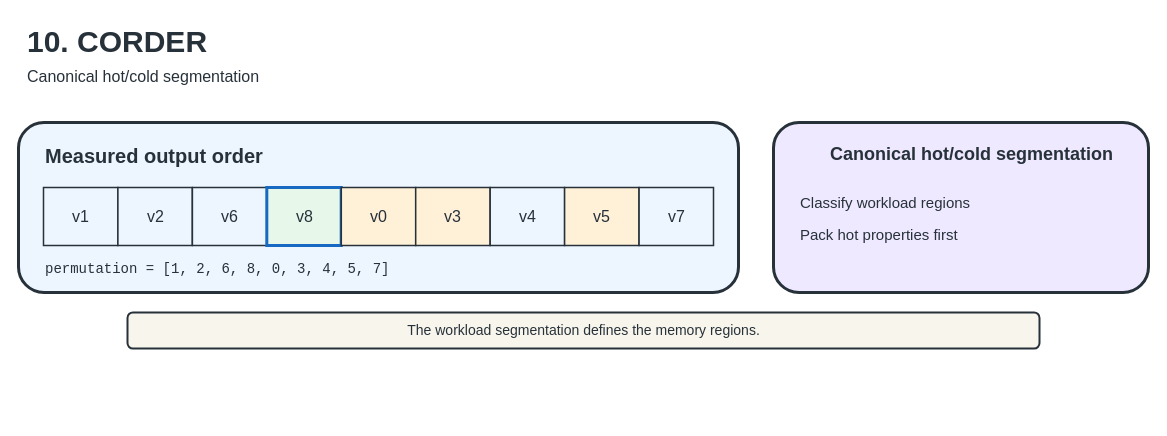
Above: docs/figures/editable/10-corder.drawio in UVA-LavaLab/GraphBrew (draw.io), before the change. Source tidied: cells renumbered, new cells numbered last; positions are measured from the earlier drawing's top-left corner, leaving out a move shared by most shapes. Both pictures are drawn from the tidied source at 100%, with x=0, y=0 at pixel (18, 17).
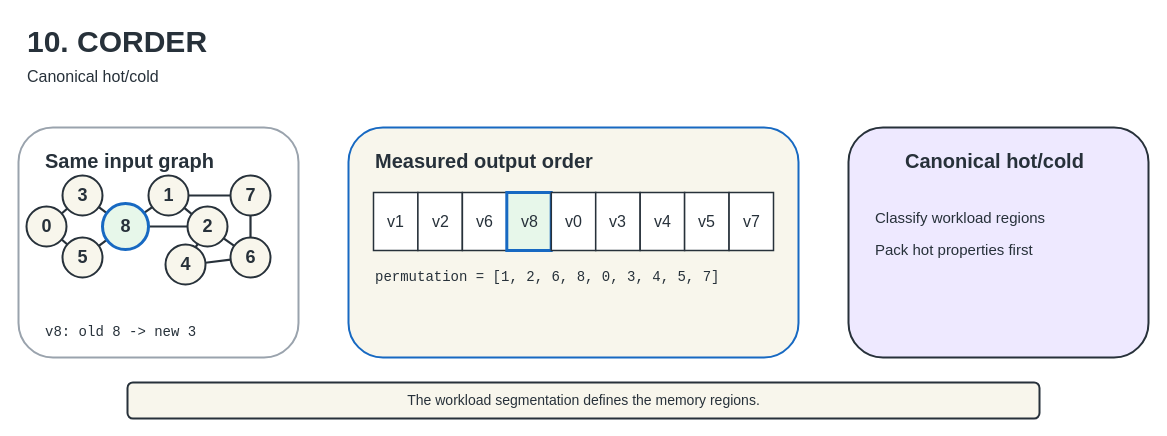
The same diagram, later.

The edit, as a diff of the source:
```diff
@@
-    <mxCell id="3" value="Canonical hot/cold segmentation" style="text;html=1;strokeColor=none;fillColor=none;fontSize=16;fontColor=#27313A;" parent="1" vertex="1">
+    <mxCell id="3" value="Canonical hot/cold" style="text;html=1;strokeColor=none;fillColor=none;fontSize=16;fontColor=#27313A;" parent="1" vertex="1">
       <mxGeometry x="7" y="43" width="1050" height="28" as="geometry" />
     </mxCell>
+    <mxCell id="21" style="rounded=1;html=1;fillColor=#FFFFFF;strokeColor=#9AA3AD;strokeWidth=2;" parent="1" vertex="1">
+      <mxGeometry y="110" width="280" height="230" as="geometry" />
+    </mxCell>
-    <mxCell id="4" style="rounded=1;html=1;fillColor=#EDF5FF;strokeColor=#27313A;strokeWidth=3;" parent="1" vertex="1">
-      <mxGeometry y="105" width="720" height="170" as="geometry" />
+    <mxCell id="4" style="rounded=1;html=1;fillColor=#F8F6EC;strokeColor=#1769C2;strokeWidth=2;" parent="1" vertex="1">
+      <mxGeometry x="330" y="110" width="450" height="230" as="geometry" />
     </mxCell>
-    <mxCell id="5" style="rounded=1;html=1;fillColor=#EEE9FF;strokeColor=#27313A;strokeWidth=3;" parent="1" vertex="1">
-      <mxGeometry x="755" y="105" width="375" height="170" as="geometry" />
+    <mxCell id="5" style="rounded=1;html=1;fillColor=#EEE9FF;strokeColor=#27313A;strokeWidth=2;" parent="1" vertex="1">
+      <mxGeometry x="830" y="110" width="300" height="230" as="geometry" />
     </mxCell>
+    <mxCell id="22" value="Same input graph" style="text;html=1;strokeColor=none;fillColor=none;fontSize=20;fontStyle=1;fontColor=#27313A;" parent="1" vertex="1">
+      <mxGeometry x="25" y="125" width="220" height="35" as="geometry" />
+    </mxCell>
     <mxCell id="6" value="Measured output order" style="text;html=1;strokeColor=none;fillColor=none;fontSize=20;fontStyle=1;fontColor=#27313A;" parent="1" vertex="1">
-      <mxGeometry x="25" y="120" width="300" height="35" as="geometry" />
+      <mxGeometry x="355" y="125" width="300" height="35" as="geometry" />
     </mxCell>
-    <mxCell id="7" value="Canonical hot/cold segmentation" style="text;html=1;strokeColor=none;fillColor=none;fontSize=18;fontStyle=1;fontColor=#27313A;" parent="1" vertex="1">
-      <mxGeometry x="810" y="120" width="300" height="35" as="geometry" />
+    <mxCell id="7" value="Canonical hot/cold" style="text;html=1;strokeColor=none;fillColor=none;fontSize=20;fontStyle=1;fontColor=#27313A;" parent="1" vertex="1">
+      <mxGeometry x="885" y="125" width="220" height="35" as="geometry" />
     </mxCell>
     <mxCell id="8" value="The workload segmentation defines the memory regions." style="rounded=1;html=1;fillColor=#F8F6EC;strokeColor=#27313A;strokeWidth=2;fontSize=14;fontColor=#27313A;align=center;" parent="1" vertex="1">
-      <mxGeometry x="109" y="295" width="912" height="36" as="geometry" />
+      <mxGeometry x="109" y="365" width="912" height="36" as="geometry" />
     </mxCell>
+    <mxCell id="23" style="endArrow=none;html=1;rounded=0;strokeColor=#27313A;strokeWidth=2.2;" parent="1" edge="1" source="35" target="38">
+      <mxGeometry relative="1" as="geometry" />
+    </mxCell>
+    <mxCell id="24" style="endArrow=none;html=1;rounded=0;strokeColor=#27313A;strokeWidth=2.2;" parent="1" edge="1" source="35" target="40">
+      <mxGeometry relative="1" as="geometry" />
+    </mxCell>
+    <mxCell id="25" style="endArrow=none;html=1;rounded=0;strokeColor=#27313A;strokeWidth=2.2;" parent="1" edge="1" source="38" target="43">
+      <mxGeometry relative="1" as="geometry" />
+    </mxCell>
+    <mxCell id="26" style="endArrow=none;html=1;rounded=0;strokeColor=#27313A;strokeWidth=2.2;" parent="1" edge="1" source="40" target="43">
+      <mxGeometry relative="1" as="geometry" />
+    </mxCell>
+    <mxCell id="27" style="endArrow=none;html=1;rounded=0;strokeColor=#27313A;strokeWidth=2.2;" parent="1" edge="1" source="43" target="36">
+      <mxGeometry relative="1" as="geometry" />
+    </mxCell>
+    <mxCell id="28" style="endArrow=none;html=1;rounded=0;strokeColor=#27313A;strokeWidth=2.2;" parent="1" edge="1" source="43" target="37">
+      <mxGeometry relative="1" as="geometry" />
+    </mxCell>
+    <mxCell id="29" style="endArrow=none;html=1;rounded=0;strokeColor=#27313A;strokeWidth=2.2;" parent="1" edge="1" source="36" target="37">
+      <mxGeometry relative="1" as="geometry" />
+    </mxCell>
+    <mxCell id="30" style="endArrow=none;html=1;rounded=0;strokeColor=#27313A;strokeWidth=2.2;" parent="1" edge="1" source="36" target="42">
+      <mxGeometry relative="1" as="geometry" />
+    </mxCell>
+    <mxCell id="31" style="endArrow=none;html=1;rounded=0;strokeColor=#27313A;strokeWidth=2.2;" parent="1" edge="1" source="37" target="39">
+      <mxGeometry relative="1" as="geometry" />
+    </mxCell>
+    <mxCell id="32" style="endArrow=none;html=1;rounded=0;strokeColor=#27313A;strokeWidth=2.2;" parent="1" edge="1" source="37" target="41">
+      <mxGeometry relative="1" as="geometry" />
+    </mxCell>
+    <mxCell id="33" style="endArrow=none;html=1;rounded=0;strokeColor=#27313A;strokeWidth=2.2;" parent="1" edge="1" source="39" target="41">
+      <mxGeometry relative="1" as="geometry" />
+    </mxCell>
+    <mxCell id="34" style="endArrow=none;html=1;rounded=0;strokeColor=#27313A;strokeWidth=2.2;" parent="1" edge="1" source="41" target="42">
+      <mxGeometry relative="1" as="geometry" />
+    </mxCell>
+    <mxCell id="35" value="0" style="ellipse;html=1;align=center;fillColor=#F8F6EC;strokeColor=#27313A;strokeWidth=2;fontSize=18;fontStyle=1;fontColor=#27313A;" parent="1" vertex="1">
+      <mxGeometry x="8" y="189" width="40" height="40" as="geometry" />
+    </mxCell>
+    <mxCell id="36" value="1" style="ellipse;html=1;align=center;fillColor=#F8F6EC;strokeColor=#27313A;strokeWidth=2;fontSize=18;fontStyle=1;fontColor=#27313A;" parent="1" vertex="1">
+      <mxGeometry x="130" y="158" width="40" height="40" as="geometry" />
+    </mxCell>
+    <mxCell id="37" value="2" style="ellipse;html=1;align=center;fillColor=#F8F6EC;strokeColor=#27313A;strokeWidth=2;fontSize=18;fontStyle=1;fontColor=#27313A;" parent="1" vertex="1">
+      <mxGeometry x="169" y="189" width="40" height="40" as="geometry" />
+    </mxCell>
+    <mxCell id="38" value="3" style="ellipse;html=1;align=center;fillColor=#F8F6EC;strokeColor=#27313A;strokeWidth=2;fontSize=18;fontStyle=1;fontColor=#27313A;" parent="1" vertex="1">
+      <mxGeometry x="44" y="158" width="40" height="40" as="geometry" />
+    </mxCell>
+    <mxCell id="39" value="4" style="ellipse;html=1;align=center;fillColor=#F8F6EC;strokeColor=#27313A;strokeWidth=2;fontSize=18;fontStyle=1;fontColor=#27313A;" parent="1" vertex="1">
+      <mxGeometry x="147" y="227" width="40" height="40" as="geometry" />
+    </mxCell>
+    <mxCell id="40" value="5" style="ellipse;html=1;align=center;fillColor=#F8F6EC;strokeColor=#27313A;strokeWidth=2;fontSize=18;fontStyle=1;fontColor=#27313A;" parent="1" vertex="1">
+      <mxGeometry x="44" y="220" width="40" height="40" as="geometry" />
+    </mxCell>
+    <mxCell id="41" value="6" style="ellipse;html=1;align=center;fillColor=#F8F6EC;strokeColor=#27313A;strokeWidth=2;fontSize=18;fontStyle=1;fontColor=#27313A;" parent="1" vertex="1">
+      <mxGeometry x="212" y="220" width="40" height="40" as="geometry" />
+    </mxCell>
+    <mxCell id="42" value="7" style="ellipse;html=1;align=center;fillColor=#F8F6EC;strokeColor=#27313A;strokeWidth=2;fontSize=18;fontStyle=1;fontColor=#27313A;" parent="1" vertex="1">
+      <mxGeometry x="212" y="158" width="40" height="40" as="geometry" />
+    </mxCell>
+    <mxCell id="43" value="8" style="ellipse;html=1;align=center;fillColor=#E7F7EA;strokeColor=#1769C2;strokeWidth=3;fontSize=18;fontStyle=1;fontColor=#27313A;" parent="1" vertex="1">
+      <mxGeometry x="84" y="186" width="46" height="46" as="geometry" />
+    </mxCell>
+    <mxCell id="44" value="v8: old 8 -&gt; new 3" style="text;html=1;strokeColor=none;fillColor=none;fontSize=14;fontFamily=Consolas;fontColor=#27313A;" parent="1" vertex="1">
+      <mxGeometry x="25" y="300" width="230" height="28" as="geometry" />
+    </mxCell>
-    <mxCell id="9" value="v1" style="rounded=0;html=1;align=center;verticalAlign=middle;fillColor=#EDF5FF;strokeColor=#27313A;strokeWidth=1.5;fontSize=16;fontColor=#27313A;" parent="1" vertex="1">
-      <mxGeometry x="25" y="170" width="74.4" height="58" as="geometry" />
+    <mxCell id="9" value="v1" style="rounded=0;html=1;align=center;verticalAlign=middle;fillColor=#FFFFFF;strokeColor=#27313A;strokeWidth=1.5;fontSize=16;fontColor=#27313A;" parent="1" vertex="1">
+      <mxGeometry x="355" y="175" width="44.4" height="58" as="geometry" />
     </mxCell>
-    <mxCell id="10" value="v2" style="rounded=0;html=1;align=center;verticalAlign=middle;fillColor=#EDF5FF;strokeColor=#27313A;strokeWidth=1.5;fontSize=16;fontColor=#27313A;" parent="1" vertex="1">
-      <mxGeometry x="99.4" y="170" width="74.4" height="58" as="geometry" />
+    <mxCell id="10" value="v2" style="rounded=0;html=1;align=center;verticalAlign=middle;fillColor=#FFFFFF;strokeColor=#27313A;strokeWidth=1.5;fontSize=16;fontColor=#27313A;" parent="1" vertex="1">
+      <mxGeometry x="399.4" y="175" width="44.4" height="58" as="geometry" />
     </mxCell>
-    <mxCell id="11" value="v6" style="rounded=0;html=1;align=center;verticalAlign=middle;fillColor=#EDF5FF;strokeColor=#27313A;strokeWidth=1.5;fontSize=16;fontColor=#27313A;" parent="1" vertex="1">
-      <mxGeometry x="173.9" y="170" width="74.4" height="58" as="geometry" />
+    <mxCell id="11" value="v6" style="rounded=0;html=1;align=center;verticalAlign=middle;fillColor=#FFFFFF;strokeColor=#27313A;strokeWidth=1.5;fontSize=16;fontColor=#27313A;" parent="1" vertex="1">
+      <mxGeometry x="443.9" y="175" width="44.4" height="58" as="geometry" />
     </mxCell>
     <mxCell id="12" value="v8" style="rounded=0;html=1;align=center;verticalAlign=middle;fillColor=#E7F7EA;strokeColor=#1769C2;strokeWidth=3;fontSize=16;fontColor=#27313A;" parent="1" vertex="1">
-      <mxGeometry x="248.3" y="170" width="74.4" height="58" as="geometry" />
+      <mxGeometry x="488.3" y="175" width="44.4" height="58" as="geometry" />
     </mxCell>
-    <mxCell id="13" value="v0" style="rounded=0;html=1;align=center;verticalAlign=middle;fillColor=#FFF0D8;strokeColor=#27313A;strokeWidth=1.5;fontSize=16;fontColor=#27313A;" parent="1" vertex="1">
-      <mxGeometry x="322.8" y="170" width="74.4" height="58" as="geometry" />
+    <mxCell id="13" value="v0" style="rounded=0;html=1;align=center;verticalAlign=middle;fillColor=#FFFFFF;strokeColor=#27313A;strokeWidth=1.5;fontSize=16;fontColor=#27313A;" parent="1" vertex="1">
+      <mxGeometry x="532.8" y="175" width="44.4" height="58" as="geometry" />
     </mxCell>
-    <mxCell id="14" value="v3" style="rounded=0;html=1;align=center;verticalAlign=middle;fillColor=#FFF0D8;strokeColor=#27313A;strokeWidth=1.5;fontSize=16;fontColor=#27313A;" parent="1" vertex="1">
-      <mxGeometry x="397.2" y="170" width="74.4" height="58" as="geometry" />
+    <mxCell id="14" value="v3" style="rounded=0;html=1;align=center;verticalAlign=middle;fillColor=#FFFFFF;strokeColor=#27313A;strokeWidth=1.5;fontSize=16;fontColor=#27313A;" parent="1" vertex="1">
+      <mxGeometry x="577.2" y="175" width="44.4" height="58" as="geometry" />
     </mxCell>
-    <mxCell id="15" value="v4" style="rounded=0;html=1;align=center;verticalAlign=middle;fillColor=#EDF5FF;strokeColor=#27313A;strokeWidth=1.5;fontSize=16;fontColor=#27313A;" parent="1" vertex="1">
-      <mxGeometry x="471.7" y="170" width="74.4" height="58" as="geometry" />
+    <mxCell id="15" value="v4" style="rounded=0;html=1;align=center;verticalAlign=middle;fillColor=#FFFFFF;strokeColor=#27313A;strokeWidth=1.5;fontSize=16;fontColor=#27313A;" parent="1" vertex="1">
+      <mxGeometry x="621.7" y="175" width="44.4" height="58" as="geometry" />
     </mxCell>
-    <mxCell id="16" value="v5" style="rounded=0;html=1;align=center;verticalAlign=middle;fillColor=#FFF0D8;strokeColor=#27313A;strokeWidth=1.5;fontSize=16;fontColor=#27313A;" parent="1" vertex="1">
-      <mxGeometry x="546.1" y="170" width="74.4" height="58" as="geometry" />
+    <mxCell id="16" value="v5" style="rounded=0;html=1;align=center;verticalAlign=middle;fillColor=#FFFFFF;strokeColor=#27313A;strokeWidth=1.5;fontSize=16;fontColor=#27313A;" parent="1" vertex="1">
+      <mxGeometry x="666.1" y="175" width="44.4" height="58" as="geometry" />
     </mxCell>
-    <mxCell id="17" value="v7" style="rounded=0;html=1;align=center;verticalAlign=middle;fillColor=#EDF5FF;strokeColor=#27313A;strokeWidth=1.5;fontSize=16;fontColor=#27313A;" parent="1" vertex="1">
-      <mxGeometry x="620.6" y="170" width="74.4" height="58" as="geometry" />
+    <mxCell id="17" value="v7" style="rounded=0;html=1;align=center;verticalAlign=middle;fillColor=#FFFFFF;strokeColor=#27313A;strokeWidth=1.5;fontSize=16;fontColor=#27313A;" parent="1" vertex="1">
+      <mxGeometry x="710.6" y="175" width="44.4" height="58" as="geometry" />
     </mxCell>
     <mxCell id="18" value="permutation = [1, 2, 6, 8, 0, 3, 4, 5, 7]" style="text;html=1;strokeColor=none;fillColor=none;fontSize=14;fontFamily=Consolas;fontColor=#27313A;" parent="1" vertex="1">
-      <mxGeometry x="25" y="237" width="670" height="28" as="geometry" />
+      <mxGeometry x="355" y="245" width="400" height="28" as="geometry" />
     </mxCell>
     <mxCell id="19" value="Classify workload regions" style="text;html=1;strokeColor=none;fillColor=none;fontSize=15;fontColor=#27313A;" parent="1" vertex="1">
-      <mxGeometry x="780" y="170" width="325" height="28" as="geometry" />
+      <mxGeometry x="855" y="185" width="250" height="28" as="geometry" />
     </mxCell>
     <mxCell id="20" value="Pack hot properties first" style="text;html=1;strokeColor=none;fillColor=none;fontSize=15;fontColor=#27313A;" parent="1" vertex="1">
-      <mxGeometry x="780" y="202" width="325" height="28" as="geometry" />
+      <mxGeometry x="855" y="217" width="250" height="28" as="geometry" />
     </mxCell>
```
